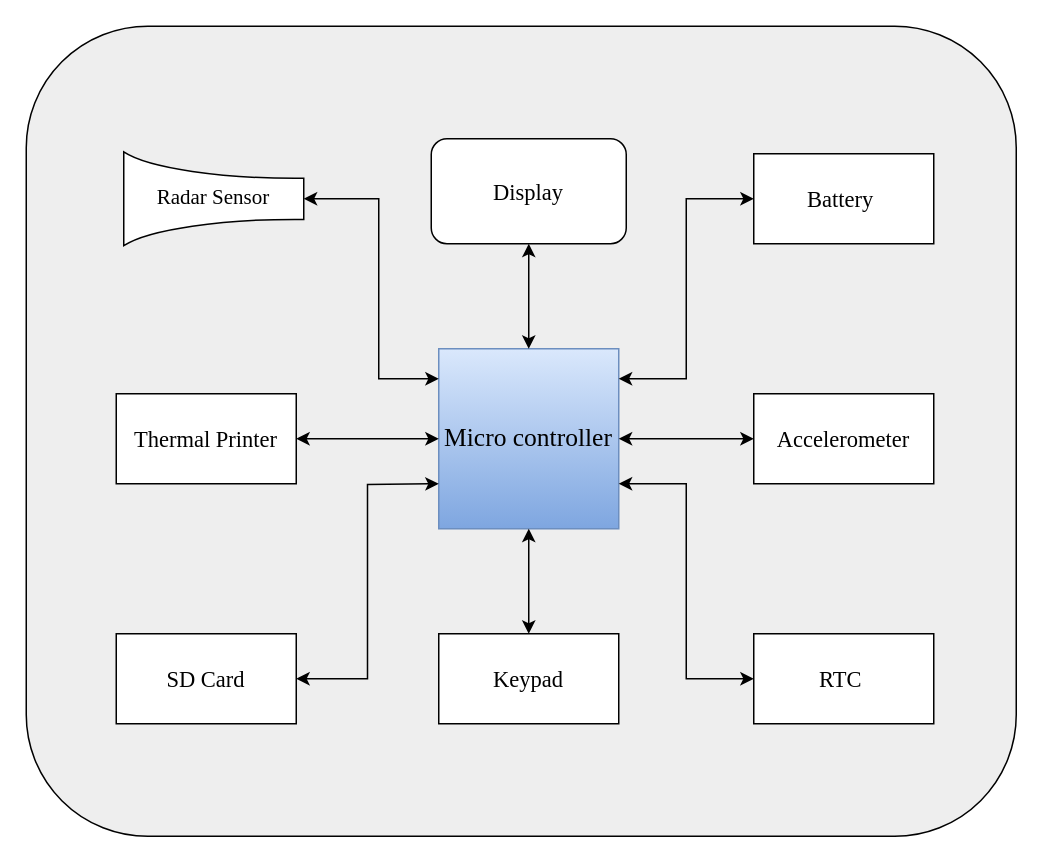
Earlier version of the draw.io diagram shambhavi/Document/QLBG(Level Sensor).drawio (Ashutoshkarve007/STM32_Learning). Source tidied: cells renumbered, new cells numbered last; positions are measured from the earlier drawing's top-left corner, leaving out a move shared by most shapes. Both pictures are drawn from the tidied source at 150%, with x=0, y=0 at pixel (116, -64).
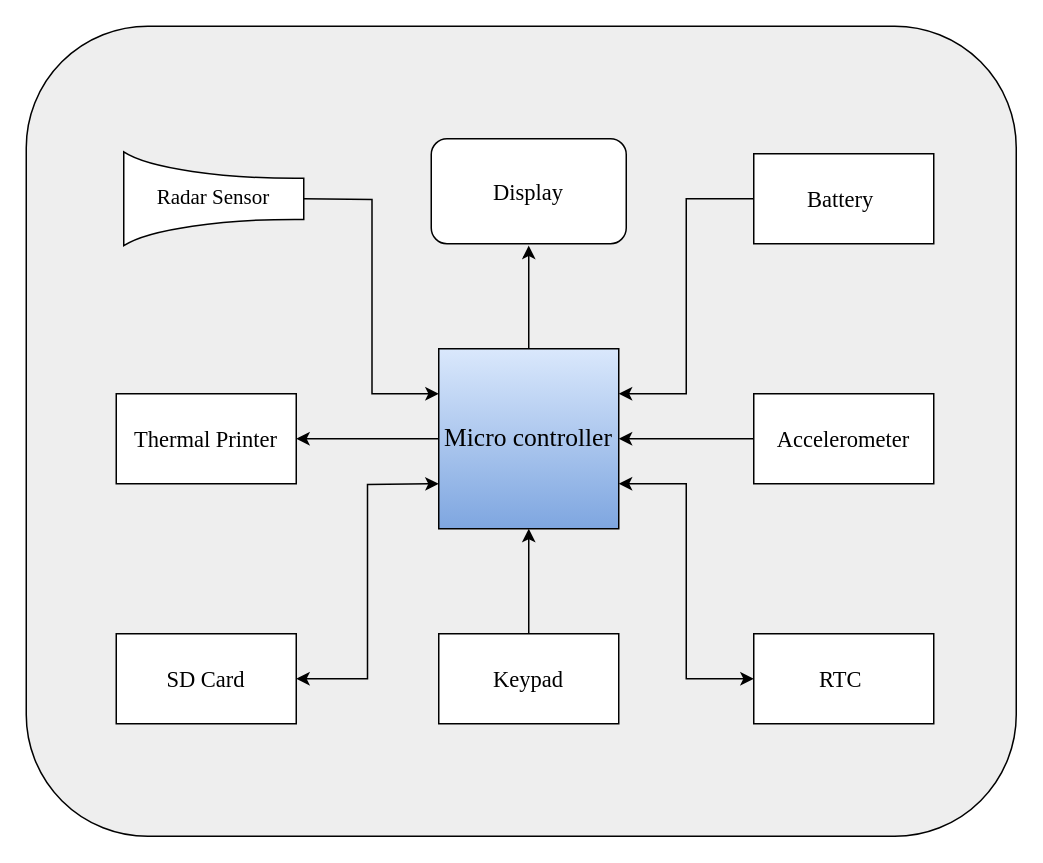
After the change.

Commit message (it also covers changes not shown here):
level sensor update

The change refers to these unchanged cells:
```xml
<mxCell id="4" value="&lt;font style=&quot;font-size: 15px;&quot; face=&quot;Times New Roman&quot;&gt;Keypad&lt;/font&gt;" style="rounded=0;whiteSpace=wrap;html=1;" parent="1" vertex="1">
  <mxGeometry x="215" y="465" width="120" height="60" as="geometry" />
</mxCell>
<mxCell id="5" value="&lt;font face=&quot;Times New Roman&quot;&gt;&lt;span style=&quot;font-size: 15px;&quot;&gt;Battery&amp;nbsp;&lt;/span&gt;&lt;/font&gt;" style="rounded=0;whiteSpace=wrap;html=1;" parent="1" vertex="1">
  <mxGeometry x="425" y="145" width="120" height="60" as="geometry" />
</mxCell>
<mxCell id="6" value="&lt;font style=&quot;font-size: 15px;&quot; face=&quot;Times New Roman&quot;&gt;Accelerometer&lt;/font&gt;" style="rounded=0;whiteSpace=wrap;html=1;" parent="1" vertex="1">
  <mxGeometry x="425" y="305" width="120" height="60" as="geometry" />
</mxCell>
<mxCell id="8" value="&lt;font style=&quot;font-size: 15px;&quot; face=&quot;Times New Roman&quot;&gt;Thermal Printer&lt;/font&gt;" style="rounded=0;whiteSpace=wrap;html=1;" parent="1" vertex="1">
  <mxGeometry y="305" width="120" height="60" as="geometry" />
</mxCell>
```

Change to the diagram source:
```diff
@@
+    <mxCell id="21" style="edgeStyle=orthogonalEdgeStyle;rounded=0;jettySize=auto;html=1;fontFamily=Times New Roman;fontSize=15;" parent="1" edge="1" source="3" target="8">
+      <mxGeometry relative="1" as="geometry" />
+    </mxCell>
-    <mxCell id="3" value="&lt;font face=&quot;Times New Roman&quot; style=&quot;font-size: 17px;&quot;&gt;Micro controller&lt;/font&gt;" style="whiteSpace=wrap;html=1;fillColor=#dae8fc;strokeColor=#6c8ebf;gradientColor=#7ea6e0;" parent="1" vertex="1">
+    <mxCell id="3" value="&lt;font face=&quot;Times New Roman&quot; style=&quot;font-size: 17px;&quot;&gt;Micro controller&lt;/font&gt;" style="whiteSpace=wrap;html=1;fillColor=#dae8fc;strokeColor=#000000;gradientColor=#7ea6e0;strokeWidth=1;" parent="1" vertex="1">
       <mxGeometry x="215" y="275" width="120" height="120" as="geometry" />
     </mxCell>
+    <mxCell id="22" style="edgeStyle=orthogonalEdgeStyle;rounded=0;jettySize=auto;html=1;fontFamily=Times New Roman;fontSize=15;" parent="1" edge="1" source="4" target="3">
+      <mxGeometry relative="1" as="geometry" />
+    </mxCell>
@@
+    <mxCell id="23" style="edgeStyle=orthogonalEdgeStyle;rounded=0;jettySize=auto;html=1;fontFamily=Times New Roman;fontSize=15;" parent="1" edge="1" source="6" target="3">
+      <mxGeometry relative="1" as="geometry" />
+    </mxCell>
@@
-    <mxCell id="9" style="endArrow=classic;startArrow=classic;html=1;rounded=0;entryX=0;entryY=0.5;entryDx=0;entryDy=0;exitX=1;exitY=0.5;exitDx=0;exitDy=0;" parent="1" edge="1" source="3" target="6">
-      <mxGeometry relative="1" as="geometry" />
-    </mxCell>
@@
-    <mxCell id="11" style="endArrow=classic;startArrow=classic;html=1;rounded=0;entryX=0;entryY=0.5;entryDx=0;entryDy=0;edgeStyle=orthogonalEdgeStyle;" parent="1" edge="1" target="5">
-      <mxGeometry relative="1" as="geometry">
-        <mxPoint x="335" y="295" as="sourcePoint" />
-        <Array as="points">
-          <mxPoint x="380" y="295" />
-          <mxPoint x="380" y="175" />
-        </Array>
-      </mxGeometry>
-    </mxCell>
-    <mxCell id="12" style="endArrow=classic;startArrow=classic;html=1;rounded=0;exitX=0.5;exitY=0;exitDx=0;exitDy=0;" parent="1" edge="1" source="4">
-      <mxGeometry relative="1" as="geometry">
-        <mxPoint x="275" y="395" as="targetPoint" />
-      </mxGeometry>
-    </mxCell>
-    <mxCell id="13" style="endArrow=classic;startArrow=classic;html=1;rounded=0;exitX=0.5;exitY=0;exitDx=0;exitDy=0;" parent="1" edge="1" source="3">
-      <mxGeometry relative="1" as="geometry">
-        <mxPoint x="275" y="205" as="targetPoint" />
-      </mxGeometry>
-    </mxCell>
-    <mxCell id="14" style="endArrow=classic;startArrow=classic;html=1;rounded=0;edgeStyle=orthogonalEdgeStyle;" parent="1" edge="1">
-      <mxGeometry relative="1" as="geometry">
-        <mxPoint x="215" y="295" as="sourcePoint" />
-        <mxPoint x="125" y="175" as="targetPoint" />
-        <Array as="points">
-          <mxPoint x="175" y="295" />
-          <mxPoint x="175" y="175" />
-        </Array>
-      </mxGeometry>
-    </mxCell>
-    <mxCell id="15" style="endArrow=classic;startArrow=classic;html=1;rounded=0;entryX=0;entryY=0.5;entryDx=0;entryDy=0;" parent="1" edge="1" source="8" target="3">
-      <mxGeometry relative="1" as="geometry" />
-    </mxCell>
@@
+    <mxCell id="24" style="endArrow=classic;html=1;rounded=0;fontFamily=Times New Roman;fontSize=15;" parent="1" edge="1" source="3">
+      <mxGeometry relative="1" as="geometry">
+        <mxPoint x="275" y="206.2" as="targetPoint" />
+      </mxGeometry>
+    </mxCell>
+    <mxCell id="25" style="endArrow=classic;html=1;rounded=0;fontFamily=Times New Roman;fontSize=15;entryX=1;entryY=0.25;entryDx=0;entryDy=0;exitX=0;exitY=0.5;exitDx=0;exitDy=0;edgeStyle=orthogonalEdgeStyle;" parent="1" edge="1" source="5" target="3">
+      <mxGeometry relative="1" as="geometry" />
+    </mxCell>
+    <mxCell id="26" style="endArrow=classic;html=1;rounded=0;fontFamily=Times New Roman;fontSize=15;entryX=0;entryY=0.25;entryDx=0;entryDy=0;edgeStyle=orthogonalEdgeStyle;" parent="1" edge="1" target="3">
+      <mxGeometry relative="1" as="geometry">
+        <mxPoint x="125" y="175" as="sourcePoint" />
+      </mxGeometry>
+    </mxCell>
```
